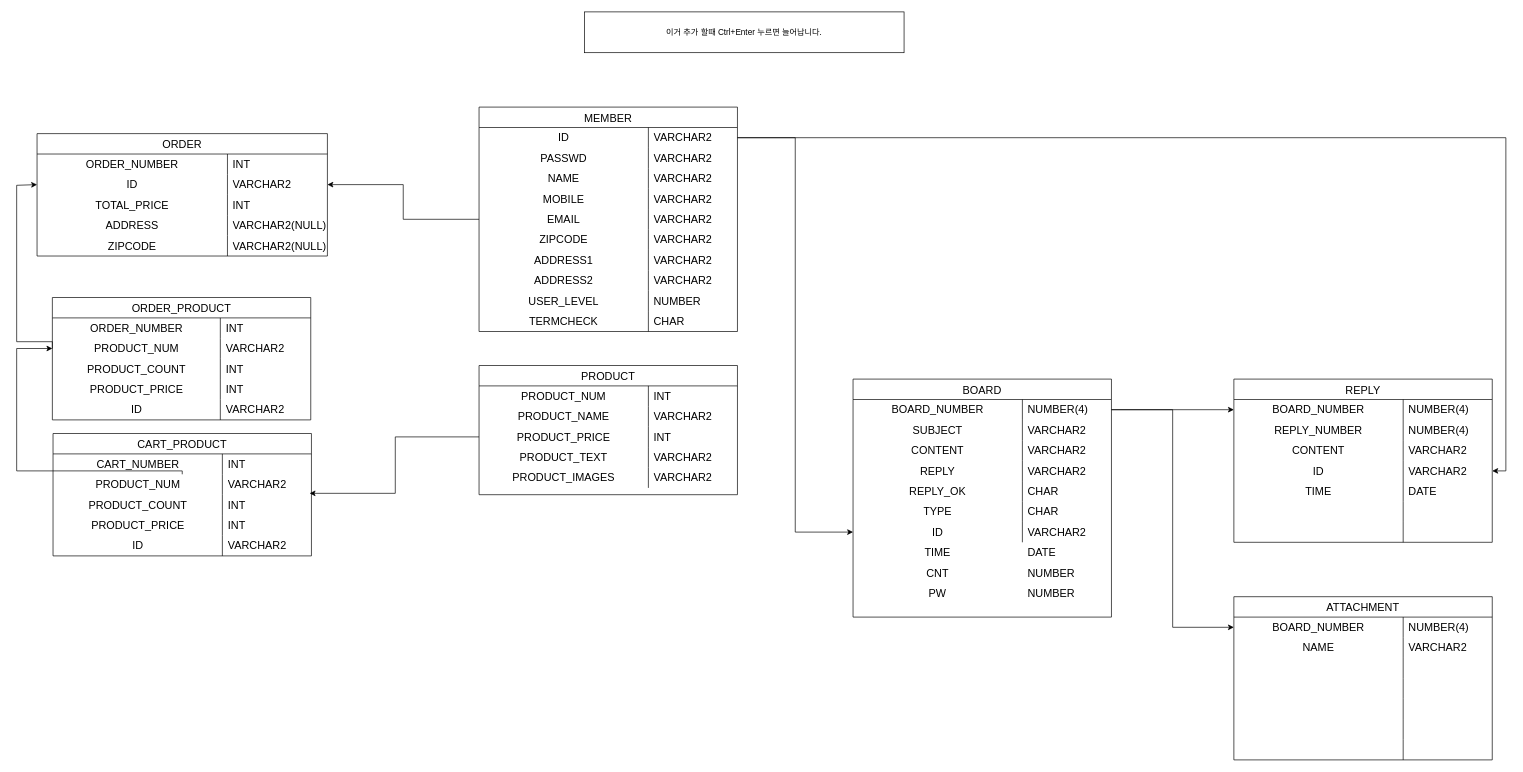
Rookies13/Senanam keeps this draw.io diagram as 제목 없는 다이어그램.drawio. Above is the earlier version. Source tidied: cells renumbered, new cells numbered last; positions are measured from the earlier drawing's top-left corner, leaving out a move shared by most shapes. Both pictures are drawn from the tidied source at 68%, with x=0, y=0 at pixel (16, 12).
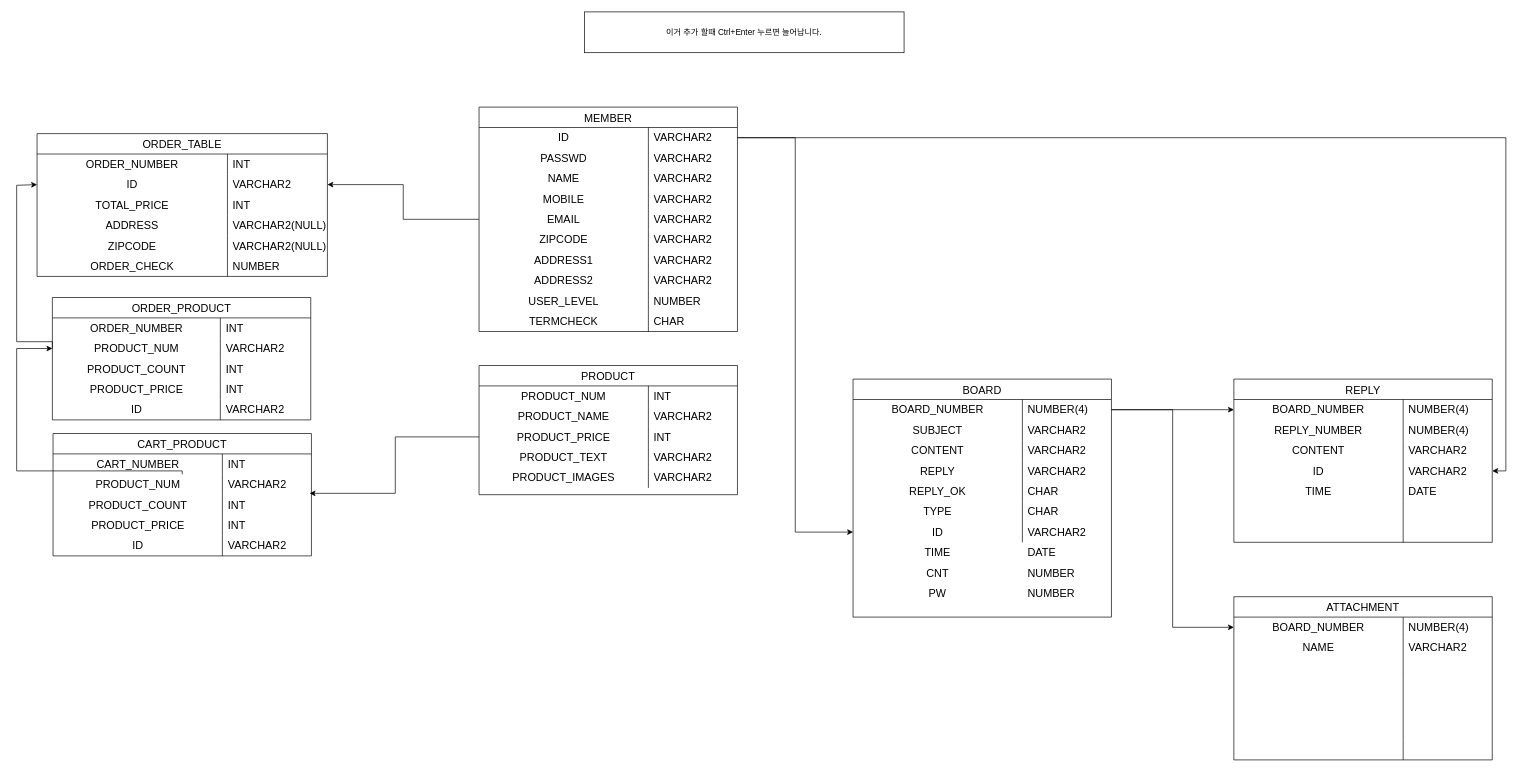
The same page after the edit.

Commit message:
제목 없는 다이어그램.drawio 업데이트

Diff of the diagram source:
```diff
@@
-    <mxCell id="72" value="ORDER" style="shape=table;startSize=30;childLayout=tableLayout;rowLines=0;fontStyle=0;strokeColor=default;fontSize=16;" parent="1" vertex="1">
-      <mxGeometry x="30" y="179" width="427" height="180" as="geometry" />
+    <mxCell id="72" value="ORDER_TABLE" style="shape=table;startSize=30;childLayout=tableLayout;rowLines=0;fontStyle=0;strokeColor=default;fontSize=16;" parent="1" vertex="1">
+      <mxGeometry x="30" y="179" width="427" height="210" as="geometry" />
     </mxCell>
@@
+    <mxCell id="178" style="shape=tableRow;horizontal=0;startSize=0;swimlaneHead=0;swimlaneBody=0;top=0;left=0;bottom=0;right=0;fillColor=none;strokeColor=inherit;fontSize=16;" parent="72" vertex="1">
+      <mxGeometry y="180" width="427" height="30" as="geometry" />
+    </mxCell>
+    <mxCell id="179" value="ORDER_CHECK" style="shape=partialRectangle;html=1;whiteSpace=wrap;fillColor=none;top=0;left=0;bottom=0;right=0;overflow=hidden;strokeColor=inherit;fontSize=16;" parent="178" vertex="1">
+      <mxGeometry width="280" height="30" as="geometry" />
+    </mxCell>
+    <mxCell id="180" value="NUMBER" style="shape=partialRectangle;html=1;whiteSpace=wrap;fillColor=none;top=0;left=0;bottom=0;right=0;align=left;spacingLeft=6;overflow=hidden;strokeColor=inherit;fontSize=16;" parent="178" vertex="1">
+      <mxGeometry x="280" width="147" height="30" as="geometry" />
+    </mxCell>
```
